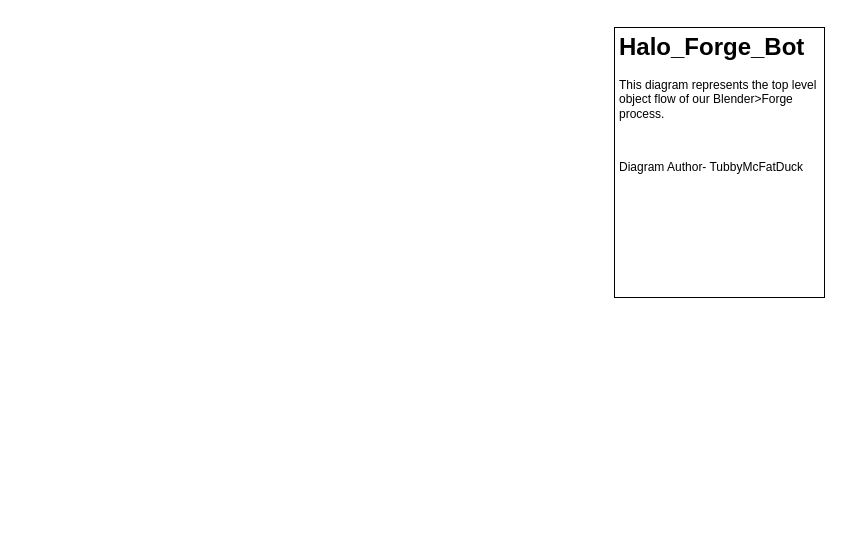
TubbyMcFatDuck/Halo-Infinite-Blender-2-Forge-Printer keeps this draw.io diagram as page "Halo_Forge_Bot" (3 of 5) of Diagrams Test/FlowDiagrams.drawio. Above is the earlier version. Source tidied: cells renumbered, new cells numbered last; positions are measured from the earlier drawing's top-left corner, leaving out a move shared by most shapes. Both pictures are drawn from the tidied source at 100%, with x=0, y=0 at pixel (614, 27).
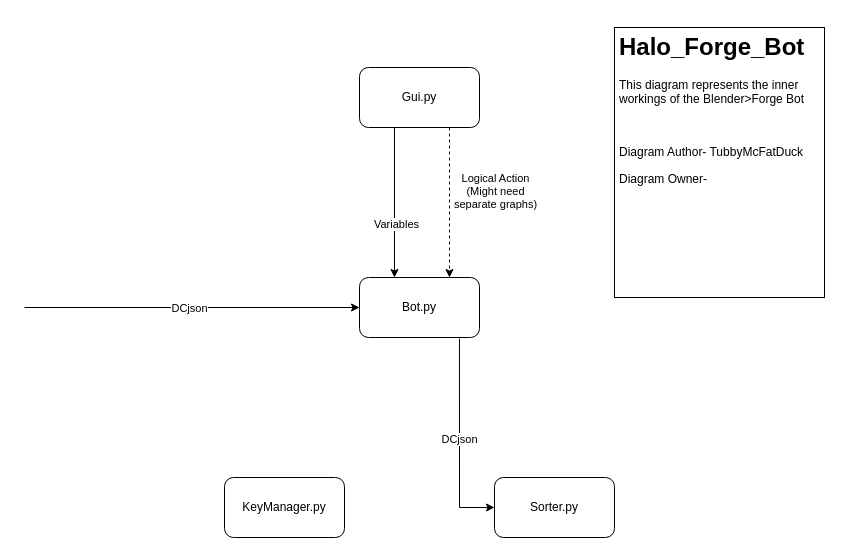
After the change.

Diff of the diagram source:
```diff
@@
 <mxGraphModel>
   <root>
     <mxCell id="0" />
     <mxCell id="1" parent="0" />
-    <mxCell id="2" value="&lt;h1&gt;Halo_Forge_Bot&lt;/h1&gt;&lt;p&gt;This diagram represents the top level object flow of our Blender&amp;gt;Forge process.&lt;/p&gt;&lt;p&gt;&lt;br&gt;&lt;/p&gt;&lt;p&gt;Diagram Author- TubbyMcFatDuck&lt;/p&gt;" style="text;html=1;strokeColor=default;fillColor=none;spacing=5;spacingTop=-20;whiteSpace=wrap;overflow=hidden;rounded=0;" parent="1" vertex="1">
+    <mxCell id="2" value="&lt;h1&gt;Halo_Forge_Bot&lt;/h1&gt;&lt;p&gt;This diagram represents the inner workings of the Blender&amp;gt;Forge Bot&lt;/p&gt;&lt;p&gt;&lt;br&gt;&lt;/p&gt;&lt;p&gt;Diagram Author- TubbyMcFatDuck&lt;/p&gt;&lt;p&gt;Diagram Owner-&lt;/p&gt;" style="text;html=1;strokeColor=default;fillColor=none;spacing=5;spacingTop=-20;whiteSpace=wrap;overflow=hidden;rounded=0;" parent="1" vertex="1">
       <mxGeometry width="210" height="270" as="geometry" />
     </mxCell>
+    <mxCell id="3" style="endArrow=classic;html=1;rounded=0;entryX=0;entryY=0.5;entryDx=0;entryDy=0;" parent="1" edge="1" target="10">
+      <mxGeometry relative="1" as="geometry">
+        <mxPoint x="-590" y="280" as="sourcePoint" />
+      </mxGeometry>
+    </mxCell>
+    <mxCell id="4" value="DCjson" style="edgeLabel;html=1;align=center;verticalAlign=middle;" parent="3" vertex="1">
+      <mxGeometry x="-0.02" relative="1" as="geometry" />
+    </mxCell>
+    <mxCell id="5" style="edgeStyle=orthogonalEdgeStyle;rounded=0;orthogonalLoop=1;jettySize=auto;html=1;exitX=0.5;exitY=1;exitDx=0;exitDy=0;entryX=0.5;entryY=0;entryDx=0;entryDy=0;" parent="1" edge="1">
+      <mxGeometry relative="1" as="geometry">
+        <mxPoint x="-220" y="100" as="sourcePoint" />
+        <mxPoint x="-220" y="250" as="targetPoint" />
+      </mxGeometry>
+    </mxCell>
+    <mxCell id="6" value="Variables" style="edgeLabel;html=1;align=center;verticalAlign=middle;" parent="5" vertex="1">
+      <mxGeometry x="0.28" y="1" relative="1" as="geometry" />
+    </mxCell>
+    <mxCell id="7" style="edgeStyle=orthogonalEdgeStyle;rounded=0;jettySize=auto;html=1;exitX=0.75;exitY=1;exitDx=0;exitDy=0;entryX=0.75;entryY=0;entryDx=0;entryDy=0;dashed=1;" parent="1" edge="1" source="9" target="10">
+      <mxGeometry relative="1" as="geometry" />
+    </mxCell>
+    <mxCell id="8" value="Logical Action&lt;br&gt;(Might need &lt;br&gt;separate graphs)" style="edgeLabel;html=1;align=center;verticalAlign=middle;" parent="7" vertex="1">
+      <mxGeometry x="-0.16" y="2" relative="1" as="geometry">
+        <mxPoint x="43" as="offset" />
+      </mxGeometry>
+    </mxCell>
+    <mxCell id="9" value="Gui.py" style="rounded=1;whiteSpace=wrap;html=1;imageAspect=1;" parent="1" vertex="1">
+      <mxGeometry x="-255" y="40" width="120" height="60" as="geometry" />
+    </mxCell>
+    <mxCell id="10" value="Bot.py" style="rounded=1;whiteSpace=wrap;html=1;" parent="1" vertex="1">
+      <mxGeometry x="-255" y="250" width="120" height="60" as="geometry" />
+    </mxCell>
+    <mxCell id="11" value="KeyManager.py" style="rounded=1;whiteSpace=wrap;html=1;" parent="1" vertex="1">
+      <mxGeometry x="-390" y="450" width="120" height="60" as="geometry" />
+    </mxCell>
+    <mxCell id="12" value="Sorter.py" style="rounded=1;whiteSpace=wrap;html=1;" parent="1" vertex="1">
+      <mxGeometry x="-120" y="450" width="120" height="60" as="geometry" />
+    </mxCell>
+    <mxCell id="13" style="endArrow=classic;html=1;rounded=0;exitX=0.833;exitY=1.017;exitDx=0;exitDy=0;entryX=0;entryY=0.5;entryDx=0;entryDy=0;exitPerimeter=0;" parent="1" edge="1" source="10" target="12">
+      <mxGeometry relative="1" as="geometry">
+        <Array as="points">
+          <mxPoint x="-155" y="480" />
+        </Array>
+      </mxGeometry>
+    </mxCell>
+    <mxCell id="14" value="DCjson" style="edgeLabel;html=1;align=center;verticalAlign=middle;" parent="13" vertex="1">
+      <mxGeometry x="-0.02" relative="1" as="geometry" />
+    </mxCell>
   </root>
 </mxGraphModel>
```
